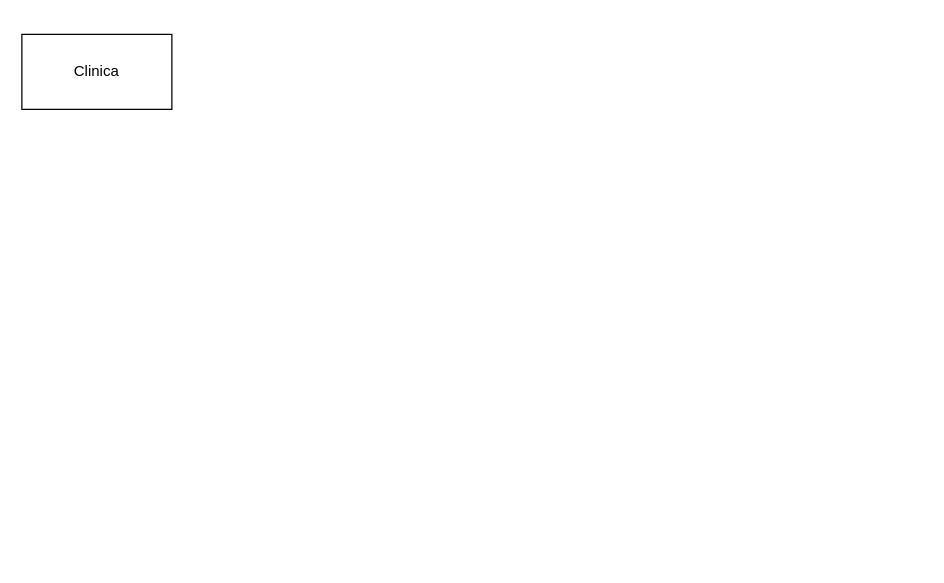
Earlier version of the draw.io diagram page "conceitual" (1 of 2) of exercicios/1.3-exercicio-pclinics/exe03-pclinics.drawio (JoVi0li/senai_2dm_sprint1_bd). Source tidied: cells renumbered, new cells numbered last; positions are measured from the earlier drawing's top-left corner, leaving out a move shared by most shapes. Both pictures are drawn from the tidied source at 125%, with x=0, y=0 at pixel (21, 34).
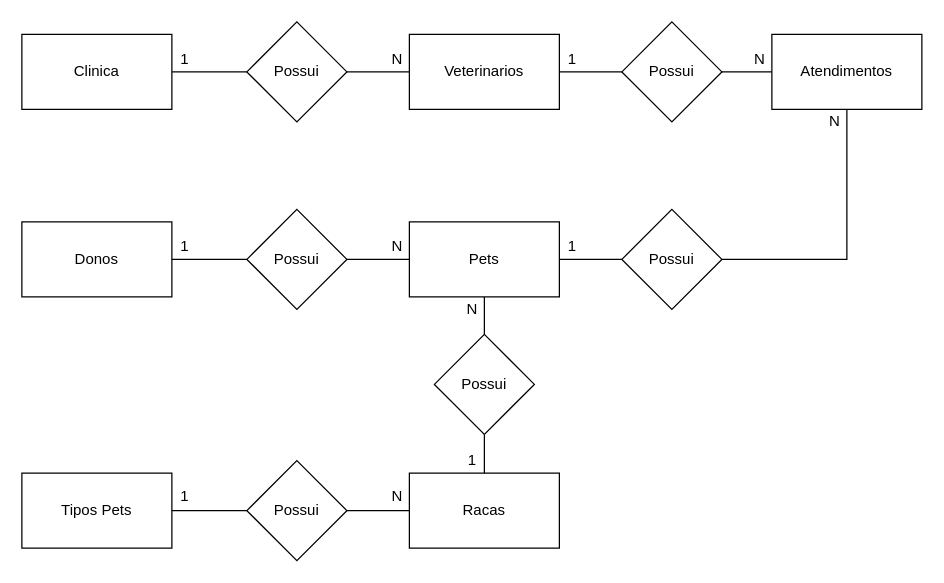
Above is the later version.

The change refers to these unchanged cells:
```xml
<mxCell id="2" value="Clinica" style="rounded=0;whiteSpace=wrap;html=1;" parent="1" vertex="1">
  <mxGeometry width="120" height="60" as="geometry" />
</mxCell>
```

Change to the diagram source:
```diff
@@
+    <mxCell id="3" style="edgeStyle=orthogonalEdgeStyle;rounded=0;jettySize=auto;html=1;entryX=0;entryY=0.5;entryDx=0;entryDy=0;endArrow=none;endFill=0;" parent="1" edge="1" source="2" target="16">
+      <mxGeometry relative="1" as="geometry" />
+    </mxCell>
@@
+    <mxCell id="4" value="Tipos Pets" style="rounded=0;whiteSpace=wrap;html=1;" parent="1" vertex="1">
+      <mxGeometry y="351" width="120" height="60" as="geometry" />
+    </mxCell>
+    <mxCell id="5" value="Donos" style="rounded=0;whiteSpace=wrap;html=1;" parent="1" vertex="1">
+      <mxGeometry y="150" width="120" height="60" as="geometry" />
+    </mxCell>
+    <mxCell id="6" style="edgeStyle=orthogonalEdgeStyle;rounded=0;jettySize=auto;html=1;entryX=0;entryY=0.5;entryDx=0;entryDy=0;endArrow=none;endFill=0;" parent="1" edge="1" source="7" target="22">
+      <mxGeometry relative="1" as="geometry" />
+    </mxCell>
+    <mxCell id="7" value="Veterinarios" style="rounded=0;whiteSpace=wrap;html=1;" parent="1" vertex="1">
+      <mxGeometry x="310" width="120" height="60" as="geometry" />
+    </mxCell>
+    <mxCell id="8" style="edgeStyle=orthogonalEdgeStyle;rounded=0;jettySize=auto;html=1;endArrow=none;endFill=0;" parent="1" edge="1" source="9" target="18">
+      <mxGeometry relative="1" as="geometry" />
+    </mxCell>
+    <mxCell id="9" value="Racas" style="rounded=0;whiteSpace=wrap;html=1;" parent="1" vertex="1">
+      <mxGeometry x="310" y="351" width="120" height="60" as="geometry" />
+    </mxCell>
+    <mxCell id="10" style="edgeStyle=orthogonalEdgeStyle;rounded=0;jettySize=auto;html=1;exitX=0;exitY=0.5;exitDx=0;exitDy=0;entryX=1;entryY=0.5;entryDx=0;entryDy=0;endArrow=none;endFill=0;" parent="1" edge="1" source="12" target="20">
+      <mxGeometry relative="1" as="geometry" />
+    </mxCell>
+    <mxCell id="11" style="edgeStyle=orthogonalEdgeStyle;rounded=0;jettySize=auto;html=1;exitX=0.5;exitY=1;exitDx=0;exitDy=0;entryX=0.5;entryY=0;entryDx=0;entryDy=0;endArrow=none;endFill=0;" parent="1" edge="1" source="12" target="26">
+      <mxGeometry relative="1" as="geometry" />
+    </mxCell>
+    <mxCell id="12" value="Pets" style="rounded=0;whiteSpace=wrap;html=1;" parent="1" vertex="1">
+      <mxGeometry x="310" y="150" width="120" height="60" as="geometry" />
+    </mxCell>
+    <mxCell id="13" style="edgeStyle=orthogonalEdgeStyle;rounded=0;jettySize=auto;html=1;entryX=1;entryY=0.5;entryDx=0;entryDy=0;endArrow=none;endFill=0;" parent="1" edge="1" source="14" target="24">
+      <mxGeometry relative="1" as="geometry">
+        <Array as="points">
+          <mxPoint x="660" y="180" />
+        </Array>
+      </mxGeometry>
+    </mxCell>
+    <mxCell id="14" value="Atendimentos" style="rounded=0;whiteSpace=wrap;html=1;" parent="1" vertex="1">
+      <mxGeometry x="600" width="120" height="60" as="geometry" />
+    </mxCell>
+    <mxCell id="15" style="edgeStyle=orthogonalEdgeStyle;rounded=0;jettySize=auto;html=1;exitX=1;exitY=0.5;exitDx=0;exitDy=0;entryX=0;entryY=0.5;entryDx=0;entryDy=0;endArrow=none;endFill=0;" parent="1" edge="1" source="16" target="7">
+      <mxGeometry relative="1" as="geometry" />
+    </mxCell>
+    <mxCell id="16" value="Possui" style="rhombus;whiteSpace=wrap;html=1;" parent="1" vertex="1">
+      <mxGeometry x="180" y="-10" width="80" height="80" as="geometry" />
+    </mxCell>
+    <mxCell id="17" style="edgeStyle=orthogonalEdgeStyle;rounded=0;jettySize=auto;html=1;endArrow=none;endFill=0;" parent="1" edge="1" source="18" target="4">
+      <mxGeometry relative="1" as="geometry" />
+    </mxCell>
+    <mxCell id="18" value="Possui" style="rhombus;whiteSpace=wrap;html=1;" parent="1" vertex="1">
+      <mxGeometry x="180" y="341" width="80" height="80" as="geometry" />
+    </mxCell>
+    <mxCell id="19" style="edgeStyle=orthogonalEdgeStyle;rounded=0;jettySize=auto;html=1;exitX=0;exitY=0.5;exitDx=0;exitDy=0;entryX=1;entryY=0.5;entryDx=0;entryDy=0;endArrow=none;endFill=0;" parent="1" edge="1" source="20" target="5">
+      <mxGeometry relative="1" as="geometry" />
+    </mxCell>
+    <mxCell id="20" value="Possui" style="rhombus;whiteSpace=wrap;html=1;" parent="1" vertex="1">
+      <mxGeometry x="180" y="140" width="80" height="80" as="geometry" />
+    </mxCell>
+    <mxCell id="21" style="edgeStyle=orthogonalEdgeStyle;rounded=0;jettySize=auto;html=1;entryX=0;entryY=0.5;entryDx=0;entryDy=0;endArrow=none;endFill=0;" parent="1" edge="1" source="22" target="14">
+      <mxGeometry relative="1" as="geometry" />
+    </mxCell>
+    <mxCell id="22" value="Possui" style="rhombus;whiteSpace=wrap;html=1;" parent="1" vertex="1">
+      <mxGeometry x="480" y="-10" width="80" height="80" as="geometry" />
+    </mxCell>
+    <mxCell id="23" style="edgeStyle=orthogonalEdgeStyle;rounded=0;jettySize=auto;html=1;exitX=0;exitY=0.5;exitDx=0;exitDy=0;endArrow=none;endFill=0;entryX=1;entryY=0.5;entryDx=0;entryDy=0;" parent="1" edge="1" source="24" target="12">
+      <mxGeometry relative="1" as="geometry" />
+    </mxCell>
+    <mxCell id="24" value="Possui" style="rhombus;whiteSpace=wrap;html=1;" parent="1" vertex="1">
+      <mxGeometry x="480" y="140" width="80" height="80" as="geometry" />
+    </mxCell>
+    <mxCell id="25" style="edgeStyle=orthogonalEdgeStyle;rounded=0;jettySize=auto;html=1;exitX=0.5;exitY=1;exitDx=0;exitDy=0;entryX=0.5;entryY=0;entryDx=0;entryDy=0;endArrow=none;endFill=0;" parent="1" edge="1" source="26" target="9">
+      <mxGeometry relative="1" as="geometry" />
+    </mxCell>
+    <mxCell id="26" value="Possui" style="rhombus;whiteSpace=wrap;html=1;" parent="1" vertex="1">
+      <mxGeometry x="330" y="240" width="80" height="80" as="geometry" />
+    </mxCell>
+    <mxCell id="27" value="1" style="text;html=1;align=center;verticalAlign=middle;" parent="1" vertex="1">
+      <mxGeometry x="120" y="10" width="20" height="20" as="geometry" />
+    </mxCell>
+    <mxCell id="28" value="N" style="text;html=1;align=center;verticalAlign=middle;" parent="1" vertex="1">
+      <mxGeometry x="290" y="10" width="20" height="20" as="geometry" />
+    </mxCell>
+    <mxCell id="29" value="1" style="text;html=1;align=center;verticalAlign=middle;" parent="1" vertex="1">
+      <mxGeometry x="120" y="160" width="20" height="20" as="geometry" />
+    </mxCell>
+    <mxCell id="30" value="N" style="text;html=1;align=center;verticalAlign=middle;" parent="1" vertex="1">
+      <mxGeometry x="290" y="160" width="20" height="20" as="geometry" />
+    </mxCell>
+    <mxCell id="31" value="1" style="text;html=1;align=center;verticalAlign=middle;" parent="1" vertex="1">
+      <mxGeometry x="120" y="360" width="20" height="20" as="geometry" />
+    </mxCell>
+    <mxCell id="32" value="N" style="text;html=1;align=center;verticalAlign=middle;" parent="1" vertex="1">
+      <mxGeometry x="290" y="360" width="20" height="20" as="geometry" />
+    </mxCell>
+    <mxCell id="33" value="1" style="text;html=1;align=center;verticalAlign=middle;" parent="1" vertex="1">
+      <mxGeometry x="430" y="10" width="20" height="20" as="geometry" />
+    </mxCell>
+    <mxCell id="34" value="N" style="text;html=1;align=center;verticalAlign=middle;" parent="1" vertex="1">
+      <mxGeometry x="580" y="10" width="20" height="20" as="geometry" />
+    </mxCell>
+    <mxCell id="35" value="1" style="text;html=1;align=center;verticalAlign=middle;" parent="1" vertex="1">
+      <mxGeometry x="430" y="160" width="20" height="20" as="geometry" />
+    </mxCell>
+    <mxCell id="36" value="N" style="text;html=1;align=center;verticalAlign=middle;" parent="1" vertex="1">
+      <mxGeometry x="640" y="60" width="20" height="20" as="geometry" />
+    </mxCell>
+    <mxCell id="37" value="N" style="text;html=1;align=center;verticalAlign=middle;" parent="1" vertex="1">
+      <mxGeometry x="350" y="210" width="20" height="20" as="geometry" />
+    </mxCell>
+    <mxCell id="38" value="1" style="text;html=1;align=center;verticalAlign=middle;" parent="1" vertex="1">
+      <mxGeometry x="350" y="331" width="20" height="20" as="geometry" />
+    </mxCell>
```
